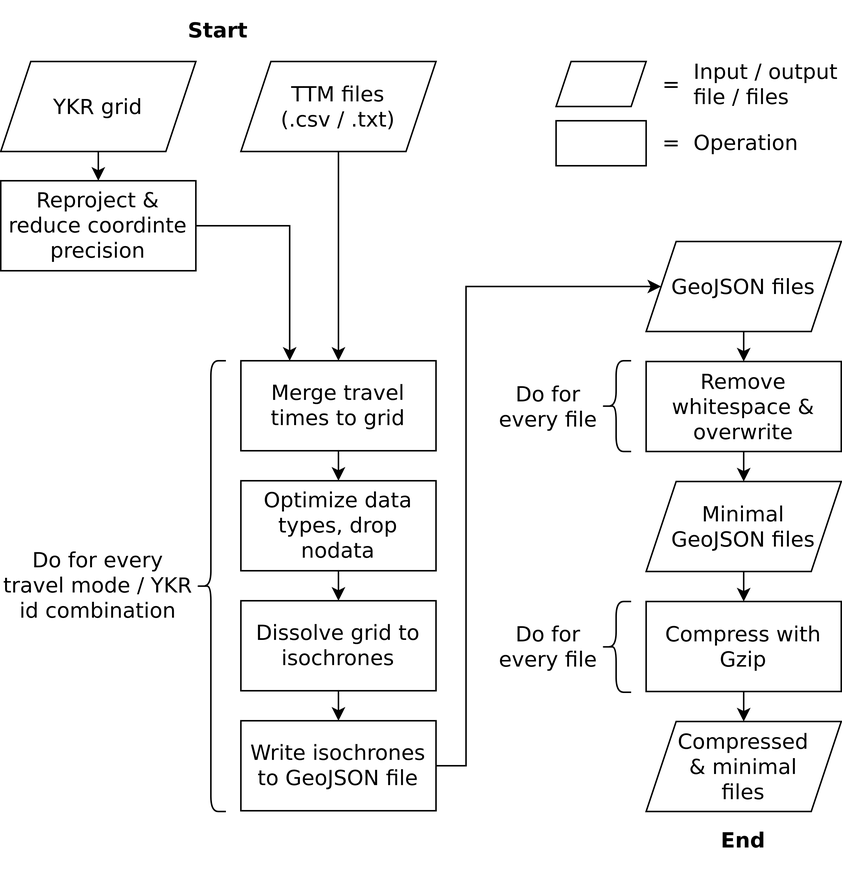
eemilhaa/thesis keeps this draw.io diagram as thesis/visual/figures/diagrams/preprocessing.png. Above is the earlier version. Source tidied: cells renumbered, new cells last; positions are measured from the earlier drawing's top-left corner, leaving out a move shared by most shapes. Source of this version:
```xml
<mxGraphModel>
  <root>
    <mxCell id="0" />
    <mxCell id="1" parent="0" />
    <mxCell id="2" style="edgeStyle=orthogonalEdgeStyle;rounded=0;jettySize=auto;html=1;exitX=0.5;exitY=1;exitDx=0;exitDy=0;entryX=0.5;entryY=0;entryDx=0;entryDy=0;fontFamily=Dejavu sans;" parent="1" edge="1" source="3" target="5">
      <mxGeometry relative="1" as="geometry" />
    </mxCell>
    <mxCell id="3" value="YKR grid" style="shape=parallelogram;perimeter=parallelogramPerimeter;whiteSpace=wrap;html=1;fixedSize=1;fontFamily=Dejavu sans;fontSize=14;" parent="1" vertex="1">
      <mxGeometry y="40.5" width="130" height="60" as="geometry" />
    </mxCell>
    <mxCell id="4" style="edgeStyle=orthogonalEdgeStyle;rounded=0;jettySize=auto;html=1;exitX=1;exitY=0.5;exitDx=0;exitDy=0;entryX=0.25;entryY=0;entryDx=0;entryDy=0;fontFamily=Dejavu sans;" parent="1" edge="1" source="5" target="7">
      <mxGeometry relative="1" as="geometry" />
    </mxCell>
    <mxCell id="5" value="Reproject &amp;amp; reduce coordinte precision" style="rounded=0;whiteSpace=wrap;html=1;fontFamily=Dejavu sans;shadow=0;fontSize=14;" parent="1" vertex="1">
      <mxGeometry y="120" width="130" height="60" as="geometry" />
    </mxCell>
    <mxCell id="6" style="edgeStyle=orthogonalEdgeStyle;rounded=0;jettySize=auto;html=1;exitX=0.5;exitY=1;exitDx=0;exitDy=0;entryX=0.5;entryY=0;entryDx=0;entryDy=0;fontFamily=Dejavu sans;" parent="1" edge="1" source="7" target="15">
      <mxGeometry relative="1" as="geometry" />
    </mxCell>
    <mxCell id="7" value="Merge travel times to grid" style="rounded=0;whiteSpace=wrap;html=1;fontFamily=Dejavu sans;shadow=0;fontSize=14;" parent="1" vertex="1">
      <mxGeometry x="160" y="240" width="130" height="60" as="geometry" />
    </mxCell>
    <mxCell id="8" style="edgeStyle=orthogonalEdgeStyle;rounded=0;jettySize=auto;html=1;exitX=0.5;exitY=1;exitDx=0;exitDy=0;entryX=0.5;entryY=0;entryDx=0;entryDy=0;fontFamily=Dejavu sans;" parent="1" edge="1" source="9" target="7">
      <mxGeometry relative="1" as="geometry" />
    </mxCell>
    <mxCell id="9" value="&lt;div style=&quot;font-size: 14px;&quot;&gt;&lt;font style=&quot;font-size: 14px;&quot;&gt;TTM files&lt;/font&gt;&lt;/div&gt;&lt;div style=&quot;font-size: 14px;&quot;&gt;&lt;font style=&quot;font-size: 14px;&quot;&gt;(.csv / .txt)&lt;br&gt;&lt;/font&gt;&lt;/div&gt;" style="shape=parallelogram;perimeter=parallelogramPerimeter;whiteSpace=wrap;html=1;fixedSize=1;fontFamily=Dejavu sans;" parent="1" vertex="1">
      <mxGeometry x="160" y="40.5" width="130" height="60" as="geometry" />
    </mxCell>
    <mxCell id="10" style="edgeStyle=orthogonalEdgeStyle;rounded=0;jettySize=auto;html=1;exitX=0.5;exitY=1;exitDx=0;exitDy=0;entryX=0.5;entryY=0;entryDx=0;entryDy=0;fontFamily=Dejavu sans;" parent="1" edge="1" source="11" target="20">
      <mxGeometry relative="1" as="geometry" />
    </mxCell>
    <mxCell id="11" value="GeoJSON files" style="shape=parallelogram;perimeter=parallelogramPerimeter;whiteSpace=wrap;html=1;fixedSize=1;fontFamily=Dejavu sans;fontSize=14;" parent="1" vertex="1">
      <mxGeometry x="430" y="160.5" width="130" height="60" as="geometry" />
    </mxCell>
    <mxCell id="12" style="edgeStyle=orthogonalEdgeStyle;rounded=0;jettySize=auto;html=1;exitX=0.5;exitY=1;exitDx=0;exitDy=0;entryX=0.5;entryY=0;entryDx=0;entryDy=0;fontFamily=Dejavu sans;" parent="1" edge="1" source="13" target="18">
      <mxGeometry relative="1" as="geometry" />
    </mxCell>
    <mxCell id="13" value="Dissolve grid to isochrones" style="rounded=0;whiteSpace=wrap;html=1;fontFamily=Dejavu sans;shadow=0;fontSize=14;" parent="1" vertex="1">
      <mxGeometry x="160" y="400" width="130" height="60" as="geometry" />
    </mxCell>
    <mxCell id="14" style="edgeStyle=orthogonalEdgeStyle;rounded=0;jettySize=auto;html=1;exitX=0.5;exitY=1;exitDx=0;exitDy=0;entryX=0.5;entryY=0;entryDx=0;entryDy=0;fontFamily=Dejavu sans;" parent="1" edge="1" source="15" target="13">
      <mxGeometry relative="1" as="geometry" />
    </mxCell>
    <mxCell id="15" value="Optimize data types, drop nodata" style="rounded=0;whiteSpace=wrap;html=1;fontFamily=Dejavu sans;shadow=0;fontSize=14;" parent="1" vertex="1">
      <mxGeometry x="160" y="320" width="130" height="60" as="geometry" />
    </mxCell>
    <mxCell id="16" value="Do for every travel mode / YKR id combination" style="text;html=1;strokeColor=none;fillColor=none;align=center;verticalAlign=middle;whiteSpace=wrap;rounded=0;fontFamily=Dejavu sans;fontSize=14;" parent="1" vertex="1">
      <mxGeometry y="362.8" width="130" height="55" as="geometry" />
    </mxCell>
    <mxCell id="17" style="edgeStyle=orthogonalEdgeStyle;rounded=0;jettySize=auto;html=1;exitX=1;exitY=0.5;exitDx=0;exitDy=0;entryX=0;entryY=0.5;entryDx=0;entryDy=0;fontFamily=Dejavu sans;" parent="1" edge="1" source="18" target="11">
      <mxGeometry relative="1" as="geometry">
        <Array as="points">
          <mxPoint x="310" y="509.5" />
          <mxPoint x="310" y="190.5" />
        </Array>
      </mxGeometry>
    </mxCell>
    <mxCell id="18" value="Write isochrones to GeoJSON file" style="rounded=0;whiteSpace=wrap;html=1;fontFamily=Dejavu sans;shadow=0;fontSize=14;" parent="1" vertex="1">
      <mxGeometry x="160" y="480" width="130" height="60" as="geometry" />
    </mxCell>
    <mxCell id="19" style="edgeStyle=orthogonalEdgeStyle;rounded=0;jettySize=auto;html=1;exitX=0.5;exitY=1;exitDx=0;exitDy=0;entryX=0.5;entryY=0;entryDx=0;entryDy=0;fontFamily=Dejavu sans;" parent="1" edge="1" source="20">
      <mxGeometry relative="1" as="geometry">
        <mxPoint x="495" y="320.5" as="targetPoint" />
      </mxGeometry>
    </mxCell>
    <mxCell id="20" value="Remove whitespace &amp;amp; overwrite " style="rounded=0;whiteSpace=wrap;html=1;fontFamily=Dejavu sans;shadow=0;fontSize=14;align=center;" parent="1" vertex="1">
      <mxGeometry x="430" y="240.5" width="130" height="60" as="geometry" />
    </mxCell>
    <mxCell id="21" style="shape=curlyBracket;whiteSpace=wrap;html=1;rounded=1;labelPosition=left;verticalLabelPosition=middle;align=right;verticalAlign=middle;fontFamily=Dejavu sans;" parent="1" vertex="1">
      <mxGeometry x="130" y="240" width="20" height="300.5" as="geometry" />
    </mxCell>
    <mxCell id="22" style="edgeStyle=orthogonalEdgeStyle;rounded=0;jettySize=auto;html=1;exitX=0.5;exitY=1;exitDx=0;exitDy=0;entryX=0.5;entryY=0;entryDx=0;entryDy=0;fontFamily=Dejavu sans;" parent="1" edge="1" source="23" target="26">
      <mxGeometry relative="1" as="geometry" />
    </mxCell>
    <mxCell id="23" value="Compress with Gzip" style="rounded=0;whiteSpace=wrap;html=1;fontFamily=Dejavu sans;shadow=0;fontSize=14;" parent="1" vertex="1">
      <mxGeometry x="430" y="400.5" width="130" height="60" as="geometry" />
    </mxCell>
    <mxCell id="24" style="edgeStyle=orthogonalEdgeStyle;rounded=0;jettySize=auto;html=1;exitX=0.5;exitY=1;exitDx=0;exitDy=0;entryX=0.5;entryY=0;entryDx=0;entryDy=0;fontFamily=Dejavu sans;" parent="1" edge="1" source="25" target="23">
      <mxGeometry relative="1" as="geometry" />
    </mxCell>
    <mxCell id="25" value="&lt;div&gt;Minimal&lt;/div&gt;&lt;div&gt;GeoJSON files&lt;br&gt;&lt;/div&gt;" style="shape=parallelogram;perimeter=parallelogramPerimeter;whiteSpace=wrap;html=1;fixedSize=1;fontFamily=Dejavu sans;fontSize=14;" parent="1" vertex="1">
      <mxGeometry x="430" y="320.5" width="130" height="60" as="geometry" />
    </mxCell>
    <mxCell id="26" value="&lt;div&gt;Compressed&lt;/div&gt;&lt;div&gt;&amp;amp; minimal&lt;/div&gt;&lt;div&gt;files&lt;br&gt;&lt;/div&gt;" style="shape=parallelogram;perimeter=parallelogramPerimeter;whiteSpace=wrap;html=1;fixedSize=1;fontFamily=Dejavu sans;fontSize=14;" parent="1" vertex="1">
      <mxGeometry x="430" y="480.5" width="130" height="60" as="geometry" />
    </mxCell>
    <mxCell id="27" style="shape=curlyBracket;whiteSpace=wrap;html=1;rounded=1;labelPosition=left;verticalLabelPosition=middle;align=right;verticalAlign=middle;rotation=0;fontFamily=Dejavu sans;" parent="1" vertex="1">
      <mxGeometry x="400" y="240" width="20" height="60.5" as="geometry" />
    </mxCell>
    <mxCell id="28" style="shape=parallelogram;perimeter=parallelogramPerimeter;whiteSpace=wrap;html=1;fixedSize=1;fontFamily=Dejavu sans;size=10;" parent="1" vertex="1">
      <mxGeometry x="370" y="40.5" width="60" height="30" as="geometry" />
    </mxCell>
    <mxCell id="29" style="rounded=0;whiteSpace=wrap;html=1;fontFamily=Dejavu sans;shadow=0;fontSize=14;" parent="1" vertex="1">
      <mxGeometry x="370" y="80" width="60" height="30" as="geometry" />
    </mxCell>
    <mxCell id="30" value="&lt;div&gt;Input / output&lt;/div&gt;&lt;div&gt;file / files&lt;/div&gt;" style="text;html=1;strokeColor=none;fillColor=none;align=left;verticalAlign=middle;whiteSpace=wrap;rounded=0;fontSize=14;fontFamily=Dejavu sans;" parent="1" vertex="1">
      <mxGeometry x="460" y="41" width="100" height="30" as="geometry" />
    </mxCell>
    <mxCell id="31" value="Operation" style="text;html=1;strokeColor=none;fillColor=none;align=left;verticalAlign=middle;whiteSpace=wrap;rounded=0;fontSize=14;fontFamily=Dejavu sans;" parent="1" vertex="1">
      <mxGeometry x="460" y="80" width="100" height="30" as="geometry" />
    </mxCell>
    <mxCell id="32" value="Do for every file" style="text;html=1;strokeColor=none;fillColor=none;align=center;verticalAlign=middle;whiteSpace=wrap;rounded=0;fontFamily=Dejavu sans;fontSize=14;" parent="1" vertex="1">
      <mxGeometry x="330" y="251.4" width="70" height="38.2" as="geometry" />
    </mxCell>
    <mxCell id="33" style="shape=curlyBracket;whiteSpace=wrap;html=1;rounded=1;labelPosition=left;verticalLabelPosition=middle;align=right;verticalAlign=middle;rotation=0;fontFamily=Dejavu sans;" parent="1" vertex="1">
      <mxGeometry x="400" y="400.5" width="20" height="60.5" as="geometry" />
    </mxCell>
    <mxCell id="34" value="Do for every file" style="text;html=1;strokeColor=none;fillColor=none;align=center;verticalAlign=middle;whiteSpace=wrap;rounded=0;fontFamily=Dejavu sans;fontSize=14;" parent="1" vertex="1">
      <mxGeometry x="330" y="411.9" width="70" height="38.2" as="geometry" />
    </mxCell>
    <mxCell id="35" value="Start" style="text;html=1;strokeColor=none;fillColor=none;align=center;verticalAlign=middle;whiteSpace=wrap;rounded=0;fontSize=14;fontStyle=1;fontFamily=Dejavu sans;" parent="1" vertex="1">
      <mxGeometry width="290" height="40" as="geometry" />
    </mxCell>
    <mxCell id="36" value="End" style="text;html=1;strokeColor=none;fillColor=none;align=center;verticalAlign=middle;whiteSpace=wrap;rounded=0;fontSize=14;fontStyle=1;fontFamily=Dejavu sans;" parent="1" vertex="1">
      <mxGeometry x="430" y="540.5" width="130" height="39.5" as="geometry" />
    </mxCell>
    <mxCell id="37" value="=" style="text;html=1;strokeColor=none;fillColor=none;align=right;verticalAlign=middle;whiteSpace=wrap;rounded=0;fontSize=14;fontFamily=Dejavu sans;" parent="1" vertex="1">
      <mxGeometry x="415" y="80" width="40" height="30" as="geometry" />
    </mxCell>
    <mxCell id="38" value="=" style="text;html=1;strokeColor=none;fillColor=none;align=right;verticalAlign=middle;whiteSpace=wrap;rounded=0;fontSize=14;fontFamily=Dejavu sans;" parent="1" vertex="1">
      <mxGeometry x="415" y="40.5" width="40" height="30" as="geometry" />
    </mxCell>
  </root>
</mxGraphModel>
```
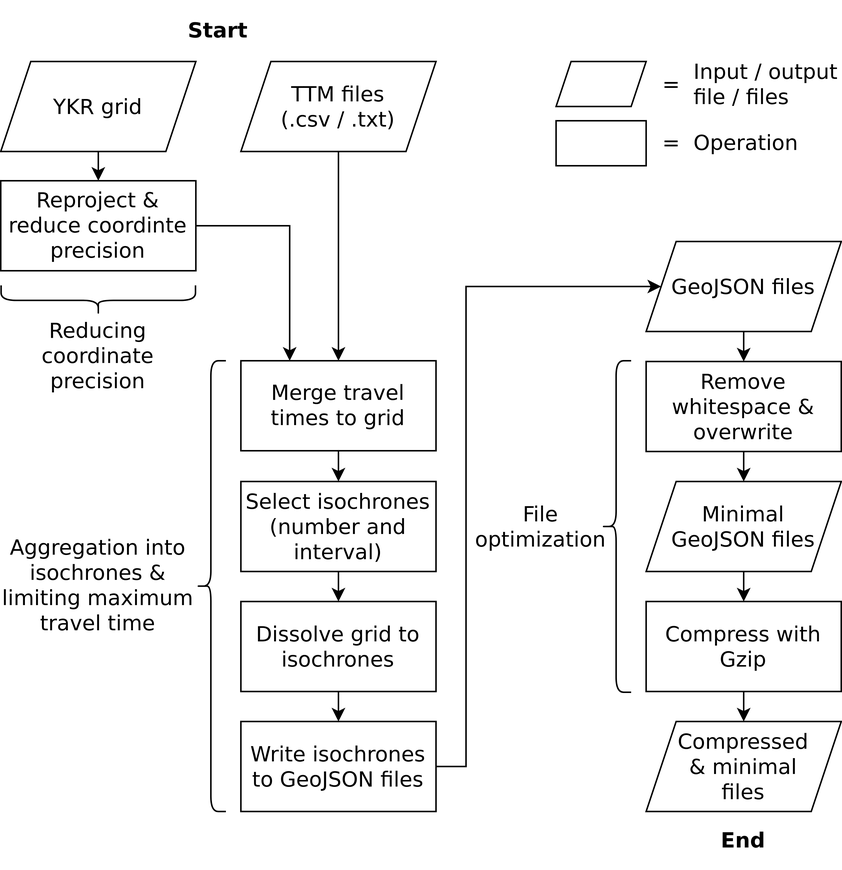
After the commit.

Diff of the diagram source:
```diff
@@ -14,9 +14,15 @@
     <mxCell id="5" value="Reproject &amp;amp; reduce coordinte precision" style="rounded=0;whiteSpace=wrap;html=1;fontFamily=Dejavu sans;shadow=0;fontSize=14;" parent="1" vertex="1">
       <mxGeometry y="120" width="130" height="60" as="geometry" />
     </mxCell>
-    <mxCell id="6" style="edgeStyle=orthogonalEdgeStyle;rounded=0;jettySize=auto;html=1;exitX=0.5;exitY=1;exitDx=0;exitDy=0;entryX=0.5;entryY=0;entryDx=0;entryDy=0;fontFamily=Dejavu sans;" parent="1" edge="1" source="7" target="15">
-      <mxGeometry relative="1" as="geometry" />
+    <mxCell id="6" style="edgeStyle=orthogonalEdgeStyle;rounded=0;orthogonalLoop=1;jettySize=auto;html=1;exitX=0.5;exitY=1;exitDx=0;exitDy=0;entryX=0.5;entryY=0;entryDx=0;entryDy=0;fontFamily=Dejavu sans;" parent="1" edge="1">
+      <mxGeometry relative="1" as="geometry">
+        <mxPoint x="225" y="380.5" as="sourcePoint" />
+        <mxPoint x="225" y="400.5" as="targetPoint" />
+      </mxGeometry>
     </mxCell>
+    <mxCell id="39" style="edgeStyle=orthogonalEdgeStyle;rounded=0;jettySize=auto;html=1;exitX=0.5;exitY=1;exitDx=0;exitDy=0;entryX=0.5;entryY=0;entryDx=0;entryDy=0;" parent="1" edge="1" source="7" target="40">
+      <mxGeometry relative="1" as="geometry" />
+    </mxCell>
     <mxCell id="7" value="Merge travel times to grid" style="rounded=0;whiteSpace=wrap;html=1;fontFamily=Dejavu sans;shadow=0;fontSize=14;" parent="1" vertex="1">
       <mxGeometry x="160" y="240" width="130" height="60" as="geometry" />
     </mxCell>
@@ -36,27 +42,21 @@
       <mxGeometry relative="1" as="geometry" />
     </mxCell>
     <mxCell id="13" value="Dissolve grid to isochrones" style="rounded=0;whiteSpace=wrap;html=1;fontFamily=Dejavu sans;shadow=0;fontSize=14;" parent="1" vertex="1">
-      <mxGeometry x="160" y="400" width="130" height="60" as="geometry" />
+      <mxGeometry x="160" y="400.5" width="130" height="60" as="geometry" />
     </mxCell>
-    <mxCell id="14" style="edgeStyle=orthogonalEdgeStyle;rounded=0;jettySize=auto;html=1;exitX=0.5;exitY=1;exitDx=0;exitDy=0;entryX=0.5;entryY=0;entryDx=0;entryDy=0;fontFamily=Dejavu sans;" parent="1" edge="1" source="15" target="13">
-      <mxGeometry relative="1" as="geometry" />
-    </mxCell>
-    <mxCell id="15" value="Optimize data types, drop nodata" style="rounded=0;whiteSpace=wrap;html=1;fontFamily=Dejavu sans;shadow=0;fontSize=14;" parent="1" vertex="1">
-      <mxGeometry x="160" y="320" width="130" height="60" as="geometry" />
-    </mxCell>
-    <mxCell id="16" value="Do for every travel mode / YKR id combination" style="text;html=1;strokeColor=none;fillColor=none;align=center;verticalAlign=middle;whiteSpace=wrap;rounded=0;fontFamily=Dejavu sans;fontSize=14;" parent="1" vertex="1">
+    <mxCell id="16" value="Aggregation into isochrones &amp;amp; limiting maximum travel time" style="text;html=1;strokeColor=none;fillColor=none;align=center;verticalAlign=middle;whiteSpace=wrap;rounded=0;fontFamily=Dejavu sans;fontSize=14;" parent="1" vertex="1">
       <mxGeometry y="362.8" width="130" height="55" as="geometry" />
     </mxCell>
     <mxCell id="17" style="edgeStyle=orthogonalEdgeStyle;rounded=0;jettySize=auto;html=1;exitX=1;exitY=0.5;exitDx=0;exitDy=0;entryX=0;entryY=0.5;entryDx=0;entryDy=0;fontFamily=Dejavu sans;" parent="1" edge="1" source="18" target="11">
       <mxGeometry relative="1" as="geometry">
         <Array as="points">
-          <mxPoint x="310" y="509.5" />
-          <mxPoint x="310" y="190.5" />
+          <mxPoint x="310" y="510" />
+          <mxPoint x="310" y="190" />
         </Array>
       </mxGeometry>
     </mxCell>
-    <mxCell id="18" value="Write isochrones to GeoJSON file" style="rounded=0;whiteSpace=wrap;html=1;fontFamily=Dejavu sans;shadow=0;fontSize=14;" parent="1" vertex="1">
-      <mxGeometry x="160" y="480" width="130" height="60" as="geometry" />
+    <mxCell id="18" value="Write isochrones to GeoJSON files" style="rounded=0;whiteSpace=wrap;html=1;fontFamily=Dejavu sans;shadow=0;fontSize=14;" parent="1" vertex="1">
+      <mxGeometry x="160" y="480.5" width="130" height="60" as="geometry" />
     </mxCell>
     <mxCell id="19" style="edgeStyle=orthogonalEdgeStyle;rounded=0;jettySize=auto;html=1;exitX=0.5;exitY=1;exitDx=0;exitDy=0;entryX=0.5;entryY=0;entryDx=0;entryDy=0;fontFamily=Dejavu sans;" parent="1" edge="1" source="20">
       <mxGeometry relative="1" as="geometry">
@@ -84,9 +84,6 @@
     <mxCell id="26" value="&lt;div&gt;Compressed&lt;/div&gt;&lt;div&gt;&amp;amp; minimal&lt;/div&gt;&lt;div&gt;files&lt;br&gt;&lt;/div&gt;" style="shape=parallelogram;perimeter=parallelogramPerimeter;whiteSpace=wrap;html=1;fixedSize=1;fontFamily=Dejavu sans;fontSize=14;" parent="1" vertex="1">
       <mxGeometry x="430" y="480.5" width="130" height="60" as="geometry" />
     </mxCell>
-    <mxCell id="27" style="shape=curlyBracket;whiteSpace=wrap;html=1;rounded=1;labelPosition=left;verticalLabelPosition=middle;align=right;verticalAlign=middle;rotation=0;fontFamily=Dejavu sans;" parent="1" vertex="1">
-      <mxGeometry x="400" y="240" width="20" height="60.5" as="geometry" />
-    </mxCell>
     <mxCell id="28" style="shape=parallelogram;perimeter=parallelogramPerimeter;whiteSpace=wrap;html=1;fixedSize=1;fontFamily=Dejavu sans;size=10;" parent="1" vertex="1">
       <mxGeometry x="370" y="40.5" width="60" height="30" as="geometry" />
     </mxCell>
@@ -99,15 +96,9 @@
     <mxCell id="31" value="Operation" style="text;html=1;strokeColor=none;fillColor=none;align=left;verticalAlign=middle;whiteSpace=wrap;rounded=0;fontSize=14;fontFamily=Dejavu sans;" parent="1" vertex="1">
       <mxGeometry x="460" y="80" width="100" height="30" as="geometry" />
     </mxCell>
-    <mxCell id="32" value="Do for every file" style="text;html=1;strokeColor=none;fillColor=none;align=center;verticalAlign=middle;whiteSpace=wrap;rounded=0;fontFamily=Dejavu sans;fontSize=14;" parent="1" vertex="1">
-      <mxGeometry x="330" y="251.4" width="70" height="38.2" as="geometry" />
-    </mxCell>
     <mxCell id="33" style="shape=curlyBracket;whiteSpace=wrap;html=1;rounded=1;labelPosition=left;verticalLabelPosition=middle;align=right;verticalAlign=middle;rotation=0;fontFamily=Dejavu sans;" parent="1" vertex="1">
-      <mxGeometry x="400" y="400.5" width="20" height="60.5" as="geometry" />
+      <mxGeometry x="400" y="240" width="20" height="221" as="geometry" />
     </mxCell>
-    <mxCell id="34" value="Do for every file" style="text;html=1;strokeColor=none;fillColor=none;align=center;verticalAlign=middle;whiteSpace=wrap;rounded=0;fontFamily=Dejavu sans;fontSize=14;" parent="1" vertex="1">
-      <mxGeometry x="330" y="411.9" width="70" height="38.2" as="geometry" />
-    </mxCell>
     <mxCell id="35" value="Start" style="text;html=1;strokeColor=none;fillColor=none;align=center;verticalAlign=middle;whiteSpace=wrap;rounded=0;fontSize=14;fontStyle=1;fontFamily=Dejavu sans;" parent="1" vertex="1">
       <mxGeometry width="290" height="40" as="geometry" />
     </mxCell>
@@ -120,5 +111,17 @@
     <mxCell id="38" value="=" style="text;html=1;strokeColor=none;fillColor=none;align=right;verticalAlign=middle;whiteSpace=wrap;rounded=0;fontSize=14;fontFamily=Dejavu sans;" parent="1" vertex="1">
       <mxGeometry x="415" y="40.5" width="40" height="30" as="geometry" />
     </mxCell>
+    <mxCell id="40" value="Select isochrones (number and interval)" style="rounded=0;whiteSpace=wrap;html=1;fontFamily=Dejavu sans;shadow=0;fontSize=14;" parent="1" vertex="1">
+      <mxGeometry x="160" y="320.5" width="130" height="60" as="geometry" />
+    </mxCell>
+    <mxCell id="41" value="File optimization" style="text;html=1;strokeColor=none;fillColor=none;align=center;verticalAlign=middle;whiteSpace=wrap;rounded=0;fontFamily=Dejavu sans;fontSize=14;" parent="1" vertex="1">
+      <mxGeometry x="330" y="331.4" width="60" height="38.2" as="geometry" />
+    </mxCell>
+    <mxCell id="42" style="shape=curlyBracket;whiteSpace=wrap;html=1;rounded=1;labelPosition=left;verticalLabelPosition=middle;align=right;verticalAlign=middle;fontFamily=Dejavu sans;rotation=-90;" parent="1" vertex="1">
+      <mxGeometry x="55" y="135" width="20" height="129.5" as="geometry" />
+    </mxCell>
+    <mxCell id="43" value="Reducing coordinate precision" style="text;html=1;strokeColor=none;fillColor=none;align=center;verticalAlign=middle;whiteSpace=wrap;rounded=0;fontFamily=Dejavu sans;fontSize=14;" parent="1" vertex="1">
+      <mxGeometry y="209.5" width="130" height="55" as="geometry" />
+    </mxCell>
   </root>
 </mxGraphModel>
```
